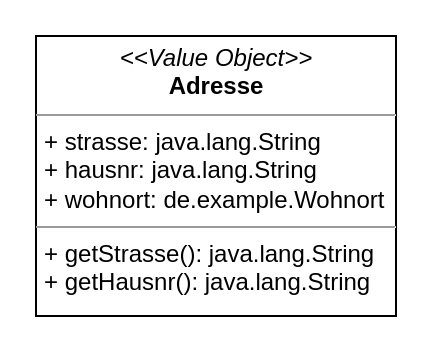
Before: page "Value_Object" (2 of 8) of gfx/characteristics/raw/Characteristics.drawio in DanielKraft/bachelor-thesis, a draw.io diagram. Source tidied: cells renumbered, new cells numbered last; positions are measured from the earlier drawing's top-left corner, leaving out a move shared by most shapes. Both pictures are drawn from the tidied source at 200%, with x=0, y=0 at pixel (36, 36).
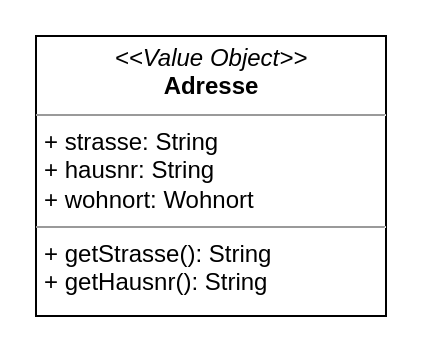
Above is the later version.

Diff of the diagram source:
```diff
@@
 <mxGraphModel>
   <root>
     <mxCell id="0" />
     <mxCell id="1" parent="0" />
-    <mxCell id="2" value="&lt;p style=&quot;margin: 0px ; margin-top: 4px ; text-align: center&quot;&gt;&lt;i&gt;&amp;lt;&amp;lt;Value Object&amp;gt;&amp;gt;&lt;/i&gt;&lt;br&gt;&lt;b&gt;Adresse&lt;/b&gt;&lt;/p&gt;&lt;hr size=&quot;1&quot;&gt;&lt;p style=&quot;margin: 0px ; margin-left: 4px&quot;&gt;+ strasse: java.lang.String&lt;br&gt;+ hausnr: java.lang.String&lt;/p&gt;&lt;p style=&quot;margin: 0px ; margin-left: 4px&quot;&gt;+ wohnort: de.example.Wohnort&lt;/p&gt;&lt;hr size=&quot;1&quot;&gt;&lt;p style=&quot;margin: 0px ; margin-left: 4px&quot;&gt;+ getStrasse(): java.lang.String&lt;br&gt;+ getHausnr(): java.lang.String&lt;/p&gt;" style="verticalAlign=top;align=left;overflow=fill;fontSize=12;fontFamily=Helvetica;html=1;" parent="1" vertex="1">
-      <mxGeometry x="-0.5" y="-0.5" width="180" height="140" as="geometry" />
+    <mxCell id="2" value="&lt;p style=&quot;margin: 0px ; margin-top: 4px ; text-align: center&quot;&gt;&lt;i&gt;&amp;lt;&amp;lt;Value Object&amp;gt;&amp;gt;&lt;/i&gt;&lt;br&gt;&lt;b&gt;Adresse&lt;/b&gt;&lt;/p&gt;&lt;hr size=&quot;1&quot;&gt;&lt;p style=&quot;margin: 0px ; margin-left: 4px&quot;&gt;+ strasse: String&lt;br&gt;+ hausnr: String&lt;/p&gt;&lt;p style=&quot;margin: 0px ; margin-left: 4px&quot;&gt;+ wohnort: Wohnort&lt;/p&gt;&lt;hr size=&quot;1&quot;&gt;&lt;p style=&quot;margin: 0px ; margin-left: 4px&quot;&gt;+ getStrasse(): String&lt;br&gt;+ getHausnr(): String&lt;/p&gt;" style="verticalAlign=top;align=left;overflow=fill;fontSize=12;fontFamily=Helvetica;html=1;" parent="1" vertex="1">
+      <mxGeometry x="-0.5" y="-0.5" width="175" height="140" as="geometry" />
     </mxCell>
   </root>
 </mxGraphModel>
```
